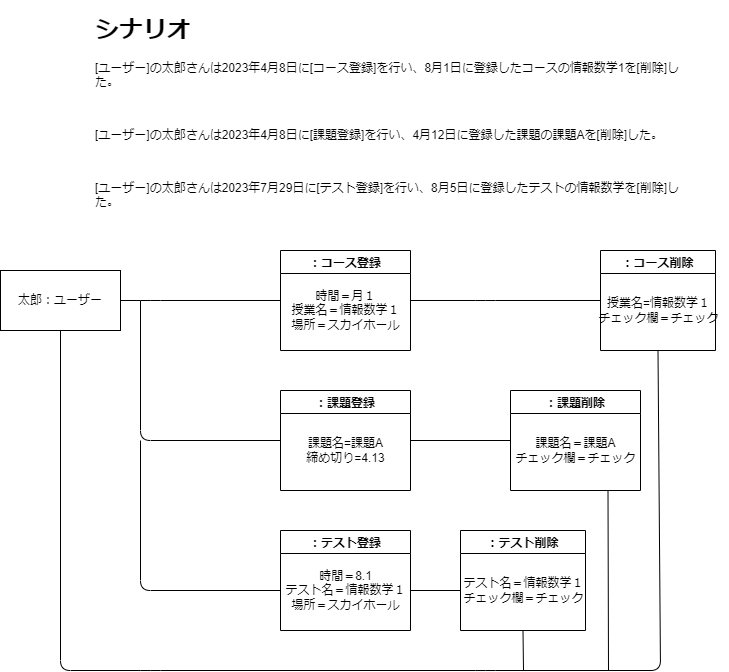
This is Object-1.drawio.png from Hu-Hanxu/First-App-Self-Management-, a draw.io export, as it was before one commit. Source tidied: cells renumbered, new cells last; positions are measured from the earlier drawing's top-left corner, leaving out a move shared by most shapes.
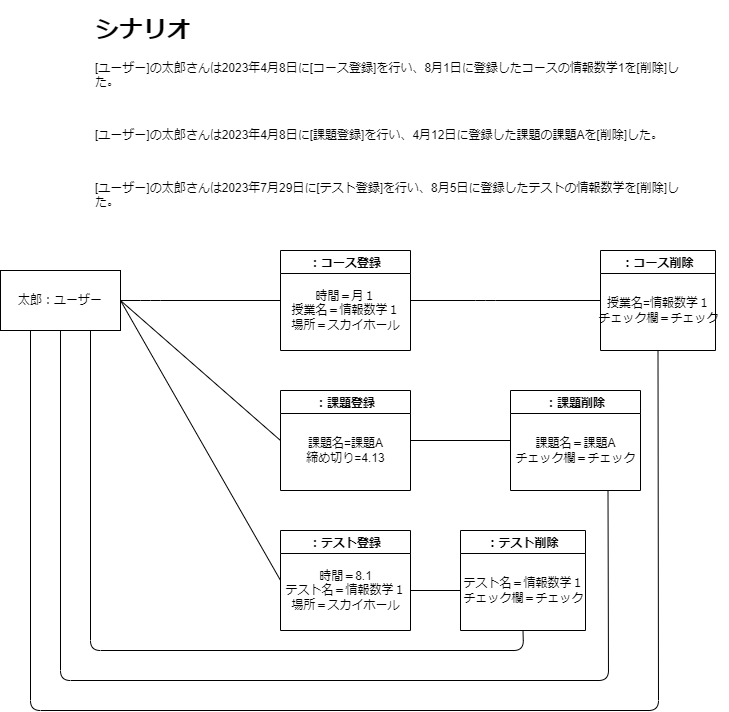
Above is the later version.

The edit, as a diff of the source:
```diff
@@ -17,14 +17,6 @@
     <mxCell id="6" value="時間＝月１&lt;br&gt;授業名＝情報数学１&lt;br&gt;場所＝スカイホール" style="text;html=1;align=center;verticalAlign=middle;strokeColor=none;fillColor=none;" parent="5" vertex="1">
       <mxGeometry y="30" width="130" height="60" as="geometry" />
     </mxCell>
-    <mxCell id="7" style="endArrow=none;html=1;entryX=0;entryY=0.5;entryDx=0;entryDy=0;" parent="1" edge="1" target="3">
-      <mxGeometry relative="1" as="geometry">
-        <mxPoint x="140" y="290" as="sourcePoint" />
-        <Array as="points">
-          <mxPoint x="140" y="430" />
-        </Array>
-      </mxGeometry>
-    </mxCell>
     <mxCell id="8" style="endArrow=none;html=1;exitX=1;exitY=0.5;exitDx=0;exitDy=0;entryX=0;entryY=0.5;entryDx=0;entryDy=0;" parent="1" edge="1" source="13" target="5">
       <mxGeometry relative="1" as="geometry">
         <Array as="points">
@@ -45,16 +37,6 @@
         </Array>
       </mxGeometry>
     </mxCell>
-    <mxCell id="12" style="endArrow=none;html=1;exitX=0.5;exitY=1;exitDx=0;exitDy=0;entryX=0.5;entryY=1;entryDx=0;entryDy=0;" parent="1" edge="1" source="9" target="13">
-      <mxGeometry relative="1" as="geometry">
-        <Array as="points">
-          <mxPoint x="660" y="660" />
-          <mxPoint x="485" y="660" />
-          <mxPoint x="150" y="660" />
-          <mxPoint x="60" y="660" />
-        </Array>
-      </mxGeometry>
-    </mxCell>
     <mxCell id="13" value="太郎：ユーザー" style="rounded=0;whiteSpace=wrap;html=1;" parent="1" vertex="1">
       <mxGeometry y="260" width="120" height="60" as="geometry" />
     </mxCell>
@@ -64,14 +46,6 @@
     <mxCell id="15" value="時間＝8.1&lt;br&gt;テスト名＝情報数学１&lt;br&gt;場所＝スカイホール" style="text;html=1;align=center;verticalAlign=middle;points=[];strokeColor=none;fillColor=none;" parent="14" vertex="1">
       <mxGeometry x="-5" y="30" width="140" height="60" as="geometry" />
     </mxCell>
-    <mxCell id="16" style="endArrow=none;html=1;entryX=0.038;entryY=0.5;entryDx=0;entryDy=0;entryPerimeter=0;" parent="1" edge="1" target="15">
-      <mxGeometry relative="1" as="geometry">
-        <mxPoint x="140" y="430" as="sourcePoint" />
-        <Array as="points">
-          <mxPoint x="140" y="580" />
-        </Array>
-      </mxGeometry>
-    </mxCell>
     <mxCell id="17" value="：課題削除" style="swimlane;startSize=23;" parent="1" vertex="1">
       <mxGeometry x="510" y="380" width="130" height="100" as="geometry" />
     </mxCell>
@@ -84,14 +58,20 @@
     <mxCell id="20" value="テスト名＝情報数学１&lt;br&gt;チェック欄＝チェック" style="text;html=1;align=center;verticalAlign=middle;strokeColor=none;fillColor=none;" parent="19" vertex="1">
       <mxGeometry x="-7.5" y="40" width="140" height="40" as="geometry" />
     </mxCell>
-    <mxCell id="21" style="endArrow=none;html=1;entryX=0.75;entryY=1;entryDx=0;entryDy=0;" parent="1" edge="1" target="17">
+    <mxCell id="21" style="endArrow=none;html=1;entryX=0.75;entryY=1;entryDx=0;entryDy=0;exitX=0.5;exitY=1;exitDx=0;exitDy=0;" parent="1" edge="1" source="13" target="17">
       <mxGeometry relative="1" as="geometry">
-        <mxPoint x="608" y="660" as="sourcePoint" />
+        <Array as="points">
+          <mxPoint x="60" y="670" />
+          <mxPoint x="608" y="670" />
+        </Array>
       </mxGeometry>
     </mxCell>
-    <mxCell id="22" style="endArrow=none;html=1;entryX=0.5;entryY=1;entryDx=0;entryDy=0;" parent="1" edge="1" target="19">
+    <mxCell id="22" style="endArrow=none;html=1;entryX=0.5;entryY=1;entryDx=0;entryDy=0;exitX=0.75;exitY=1;exitDx=0;exitDy=0;" parent="1" edge="1" source="13" target="19">
       <mxGeometry relative="1" as="geometry">
-        <mxPoint x="523" y="660" as="sourcePoint" />
+        <Array as="points">
+          <mxPoint x="90" y="640" />
+          <mxPoint x="523" y="640" />
+        </Array>
       </mxGeometry>
     </mxCell>
     <mxCell id="23" style="endArrow=none;html=1;exitX=1;exitY=0.5;exitDx=0;exitDy=0;" parent="1" edge="1" source="3">
@@ -104,5 +84,23 @@
         <mxPoint x="460" y="580" as="targetPoint" />
       </mxGeometry>
     </mxCell>
+    <mxCell id="25" style="endArrow=none;html=1;entryX=0.5;entryY=1;entryDx=0;entryDy=0;exitX=0.25;exitY=1;exitDx=0;exitDy=0;" parent="1" edge="1" source="13" target="9">
+      <mxGeometry relative="1" as="geometry">
+        <Array as="points">
+          <mxPoint x="30" y="700" />
+          <mxPoint x="658" y="700" />
+        </Array>
+      </mxGeometry>
+    </mxCell>
+    <mxCell id="26" style="endArrow=none;html=1;entryX=0;entryY=0.5;entryDx=0;entryDy=0;" parent="1" edge="1" target="3">
+      <mxGeometry relative="1" as="geometry">
+        <mxPoint x="120" y="290" as="sourcePoint" />
+      </mxGeometry>
+    </mxCell>
+    <mxCell id="27" style="endArrow=none;html=1;exitX=0.036;exitY=0.333;exitDx=0;exitDy=0;exitPerimeter=0;" parent="1" edge="1" source="15">
+      <mxGeometry relative="1" as="geometry">
+        <mxPoint x="120" y="290" as="targetPoint" />
+      </mxGeometry>
+    </mxCell>
   </root>
 </mxGraphModel>
```
